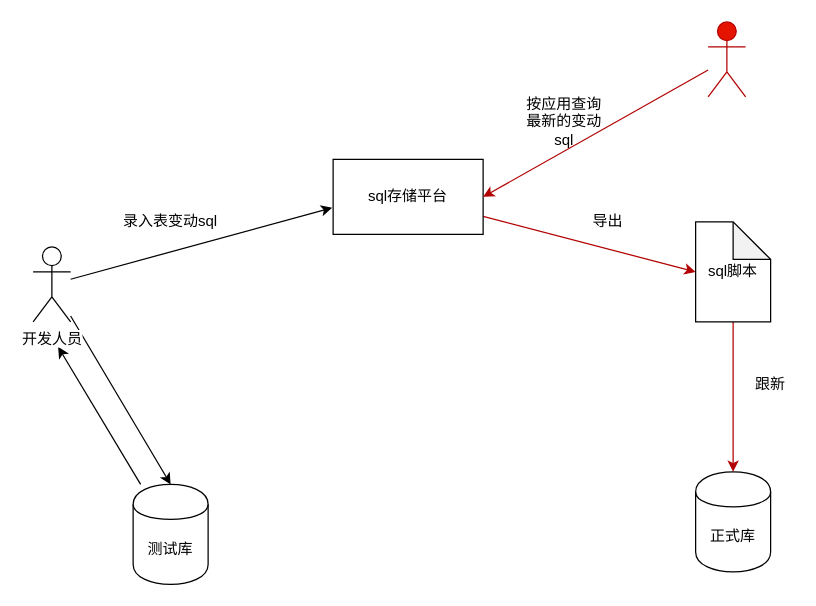
jinnians/dbMan keeps this draw.io diagram as dbman.drawio. Above is the earlier version. Source tidied: cells renumbered, new cells numbered last; positions are measured from the earlier drawing's top-left corner, leaving out a move shared by most shapes. Both pictures are drawn from the tidied source at 125%, with x=0, y=0 at pixel (32, 21).
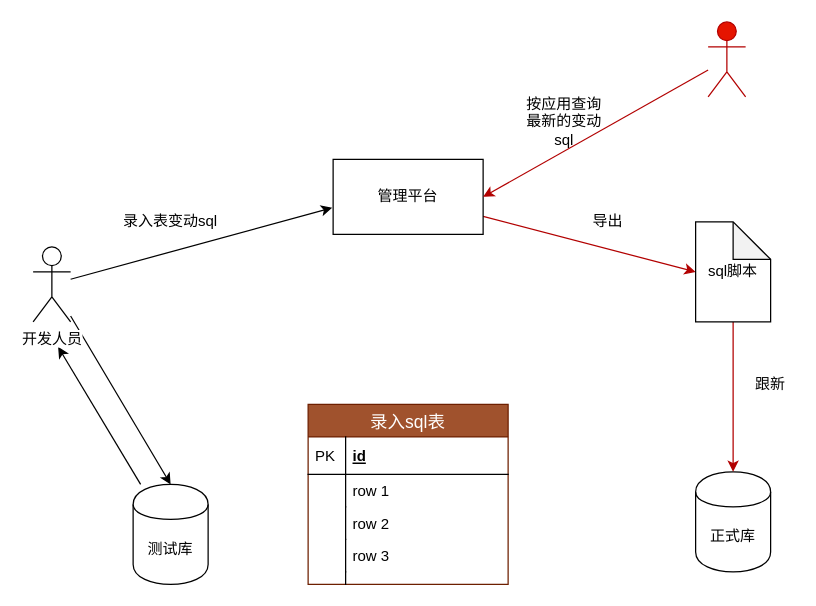
Above is the later version.

Diff of the diagram source:
```diff
@@
-    <mxCell id="6" value="sql存储平台" style="rounded=0;whiteSpace=wrap;html=1;" parent="1" vertex="1">
+    <mxCell id="6" value="管理平台" style="rounded=0;whiteSpace=wrap;html=1;" parent="1" vertex="1">
       <mxGeometry x="240" y="110" width="120" height="60" as="geometry" />
     </mxCell>
@@
+    <mxCell id="18" value="录入sql表" style="swimlane;fontStyle=0;horizontal=1;startSize=26;align=center;fontSize=14;fillColor=#a0522d;strokeColor=#6D1F00;fontColor=#ffffff;" parent="1" vertex="1">
+      <mxGeometry x="220" y="306" width="160" height="144" as="geometry" />
+    </mxCell>
+    <mxCell id="19" value="id" style="shape=partialRectangle;top=0;left=0;right=0;bottom=1;align=left;verticalAlign=middle;fillColor=none;spacingLeft=34;spacingRight=4;overflow=hidden;fontStyle=5;fontSize=12;" parent="18" vertex="1">
+      <mxGeometry y="26" width="160" height="30" as="geometry" />
+    </mxCell>
+    <mxCell id="20" value="PK" style="shape=partialRectangle;top=0;left=0;bottom=0;fillColor=none;align=left;verticalAlign=middle;spacingLeft=4;spacingRight=4;overflow=hidden;fontSize=12;" parent="19" vertex="1">
+      <mxGeometry width="30" height="30" as="geometry" />
+    </mxCell>
+    <mxCell id="21" value="row 1" style="shape=partialRectangle;top=0;left=0;right=0;bottom=0;align=left;verticalAlign=top;fillColor=none;spacingLeft=34;spacingRight=4;overflow=hidden;fontSize=12;" parent="18" vertex="1">
+      <mxGeometry y="56" width="160" height="26" as="geometry" />
+    </mxCell>
+    <mxCell id="22" style="shape=partialRectangle;top=0;left=0;bottom=0;fillColor=none;align=left;verticalAlign=top;spacingLeft=4;spacingRight=4;overflow=hidden;fontSize=12;" parent="21" vertex="1">
+      <mxGeometry width="30" height="26" as="geometry" />
+    </mxCell>
+    <mxCell id="23" value="row 2" style="shape=partialRectangle;top=0;left=0;right=0;bottom=0;align=left;verticalAlign=top;fillColor=none;spacingLeft=34;spacingRight=4;overflow=hidden;fontSize=12;" parent="18" vertex="1">
+      <mxGeometry y="82" width="160" height="26" as="geometry" />
+    </mxCell>
+    <mxCell id="24" style="shape=partialRectangle;top=0;left=0;bottom=0;fillColor=none;align=left;verticalAlign=top;spacingLeft=4;spacingRight=4;overflow=hidden;fontSize=12;" parent="23" vertex="1">
+      <mxGeometry width="30" height="26" as="geometry" />
+    </mxCell>
+    <mxCell id="25" value="row 3" style="shape=partialRectangle;top=0;left=0;right=0;bottom=0;align=left;verticalAlign=top;fillColor=none;spacingLeft=34;spacingRight=4;overflow=hidden;fontSize=12;" parent="18" vertex="1">
+      <mxGeometry y="108" width="160" height="26" as="geometry" />
+    </mxCell>
+    <mxCell id="26" style="shape=partialRectangle;top=0;left=0;bottom=0;fillColor=none;align=left;verticalAlign=top;spacingLeft=4;spacingRight=4;overflow=hidden;fontSize=12;" parent="25" vertex="1">
+      <mxGeometry width="30" height="26" as="geometry" />
+    </mxCell>
+    <mxCell id="27" style="shape=partialRectangle;top=0;left=0;right=0;bottom=0;align=left;verticalAlign=top;fillColor=none;spacingLeft=34;spacingRight=4;overflow=hidden;fontSize=12;" parent="18" vertex="1">
+      <mxGeometry y="134" width="160" height="10" as="geometry" />
+    </mxCell>
+    <mxCell id="28" style="shape=partialRectangle;top=0;left=0;bottom=0;fillColor=none;align=left;verticalAlign=top;spacingLeft=4;spacingRight=4;overflow=hidden;fontSize=12;" parent="27" vertex="1">
+      <mxGeometry width="30" height="10" as="geometry" />
+    </mxCell>
```
